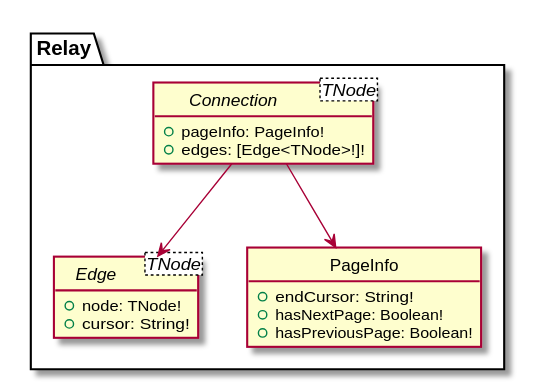
Before: schema/relay.svg, a diagram exported from PlantUML (felixfbecker/olfaction).
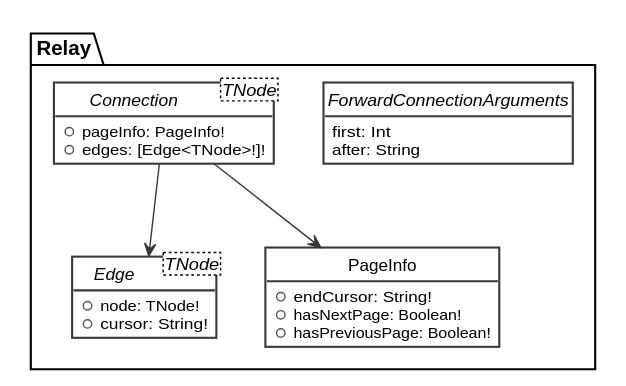
The same file after the commit.

Diff of the diagram source:
```diff
@@ -1,19 +1,32 @@
 @startuml relay
 hide circle
 hide empty members
+skinparam monochrome true
+skinparam style strictuml
+skinparam shadowing false
+skinparam backgroundColor transparent
+skinparam classBackgroundColor transparent
 
 namespace Relay {
+  interface ForwardConnectionArguments {
+    first: Int
+    after: String
+  }
+
   interface Connection<TNode> {
     +pageInfo: PageInfo!
     +edges: [Edge<TNode>!]!
   }
+
   Connection --> Edge
   Connection --> PageInfo
+
   class PageInfo {
     +endCursor: String!
     +hasNextPage: Boolean!
     +hasPreviousPage: Boolean!
   }
+
   interface Edge<TNode> {
     +node: TNode!
     +cursor: String!
```
